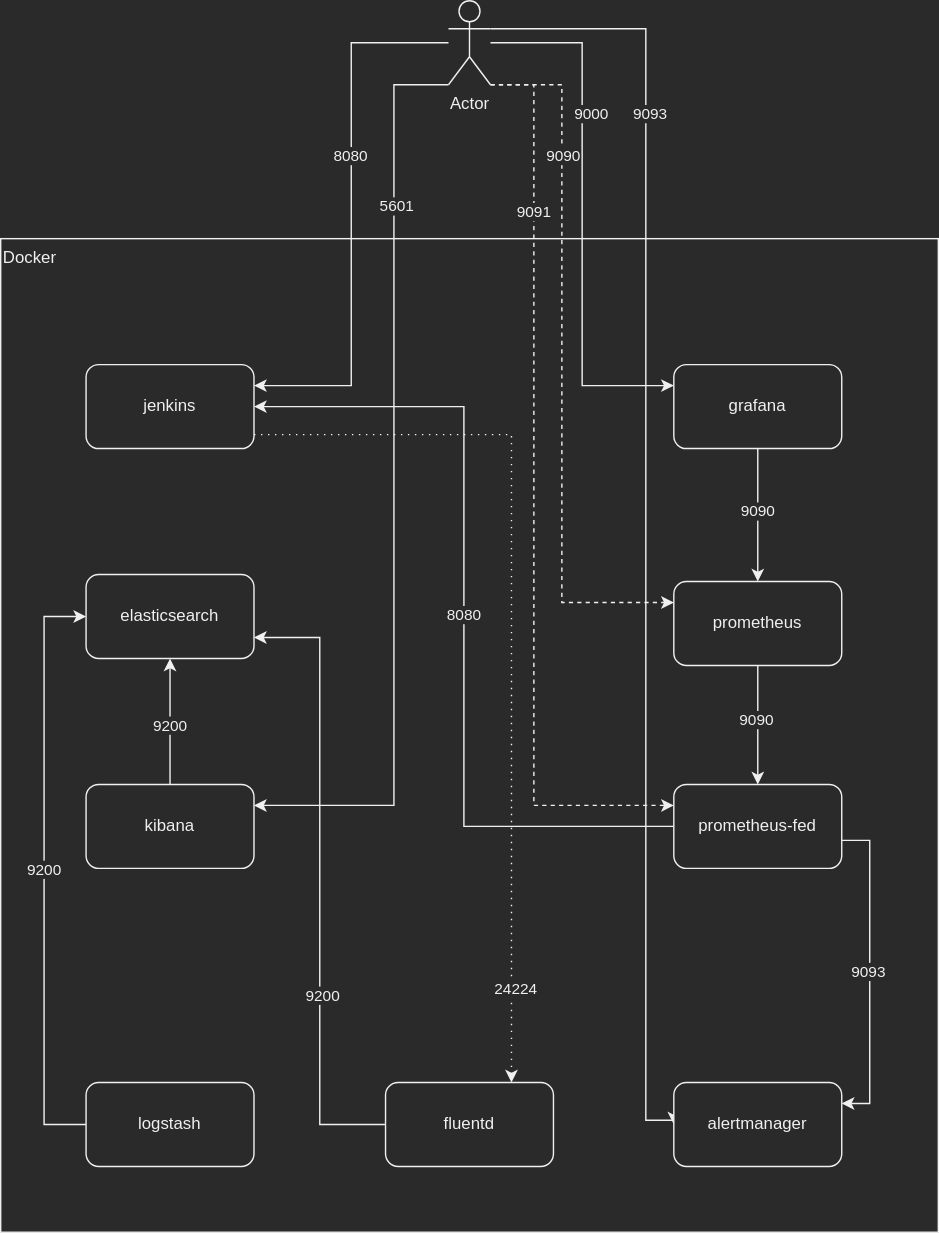
This is docs/images/diagram.drawio.svg from migueldiaznunez/grauss-docker-compose-bak, a draw.io export, as it was before one commit. Source tidied: cells renumbered, new cells last; positions are measured from the earlier drawing's top-left corner, leaving out a move shared by most shapes.
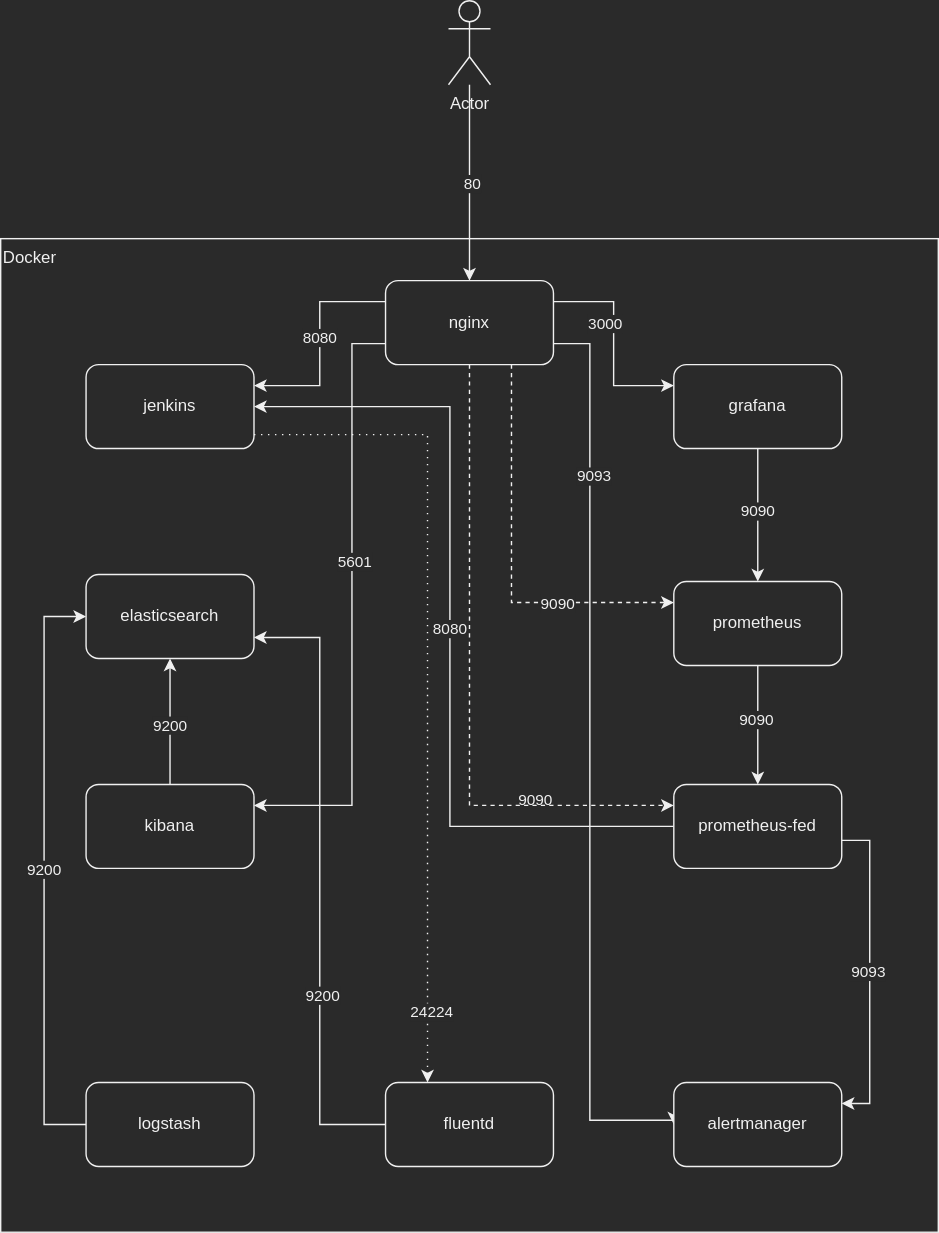
Above is the later version.

Change to the diagram source:
```diff
@@ -5,10 +5,10 @@
     <mxCell id="2" value="Docker" style="rounded=0;whiteSpace=wrap;html=1;verticalAlign=top;align=left;" parent="1" vertex="1">
       <mxGeometry y="170" width="670" height="710" as="geometry" />
     </mxCell>
-    <mxCell id="3" style="edgeStyle=orthogonalEdgeStyle;rounded=0;jettySize=auto;html=1;entryX=0.75;entryY=0;entryDx=0;entryDy=0;dashed=1;dashPattern=1 4;" parent="1" edge="1" source="5" target="38">
+    <mxCell id="3" style="edgeStyle=orthogonalEdgeStyle;rounded=0;jettySize=auto;html=1;entryX=0.25;entryY=0;entryDx=0;entryDy=0;dashed=1;dashPattern=1 4;" parent="1" edge="1" source="5" target="38">
       <mxGeometry relative="1" as="geometry">
         <Array as="points">
-          <mxPoint x="365" y="310" />
+          <mxPoint x="305" y="310" />
         </Array>
       </mxGeometry>
     </mxCell>
@@ -20,51 +20,54 @@
     <mxCell id="5" value="jenkins" style="rounded=1;whiteSpace=wrap;html=1;" parent="1" vertex="1">
       <mxGeometry x="61" y="260" width="120" height="60" as="geometry" />
     </mxCell>
-    <mxCell id="6" style="edgeStyle=orthogonalEdgeStyle;rounded=0;jettySize=auto;html=1;entryX=1;entryY=0.25;entryDx=0;entryDy=0;" parent="1" edge="1" source="18" target="5">
+    <mxCell id="6" style="edgeStyle=orthogonalEdgeStyle;rounded=0;jettySize=auto;html=1;entryX=1;entryY=0.25;entryDx=0;entryDy=0;exitX=0;exitY=0.25;exitDx=0;exitDy=0;" parent="1" edge="1" source="43" target="5">
       <mxGeometry relative="1" as="geometry" />
     </mxCell>
     <mxCell id="7" value="8080" style="edgeLabel;html=1;align=center;verticalAlign=middle;" parent="6" vertex="1">
       <mxGeometry x="0.32" y="-1" relative="1" as="geometry">
-        <mxPoint y="-103" as="offset" />
+        <mxPoint y="-30" as="offset" />
       </mxGeometry>
     </mxCell>
-    <mxCell id="8" style="edgeStyle=orthogonalEdgeStyle;rounded=0;jettySize=auto;html=1;entryX=0;entryY=0.25;entryDx=0;entryDy=0;" parent="1" edge="1" source="18" target="25">
+    <mxCell id="8" style="edgeStyle=orthogonalEdgeStyle;rounded=0;jettySize=auto;html=1;entryX=0;entryY=0.25;entryDx=0;entryDy=0;exitX=1;exitY=0.25;exitDx=0;exitDy=0;" parent="1" edge="1" source="43" target="25">
       <mxGeometry relative="1" as="geometry" />
     </mxCell>
-    <mxCell id="9" value="9000" style="edgeLabel;html=1;align=center;verticalAlign=middle;" parent="8" vertex="1">
+    <mxCell id="9" value="3000" style="edgeLabel;html=1;align=center;verticalAlign=middle;" parent="8" vertex="1">
       <mxGeometry x="-0.1" y="2" relative="1" as="geometry">
-        <mxPoint x="4" y="-53" as="offset" />
+        <mxPoint x="-9" y="-7" as="offset" />
       </mxGeometry>
     </mxCell>
-    <mxCell id="10" style="edgeStyle=orthogonalEdgeStyle;rounded=0;jettySize=auto;html=1;entryX=1;entryY=0.25;entryDx=0;entryDy=0;exitX=0;exitY=1;exitDx=0;exitDy=0;exitPerimeter=0;" parent="1" edge="1" source="18" target="22">
+    <mxCell id="10" style="edgeStyle=orthogonalEdgeStyle;rounded=0;jettySize=auto;html=1;entryX=1;entryY=0.25;entryDx=0;entryDy=0;exitX=0;exitY=0.75;exitDx=0;exitDy=0;" parent="1" edge="1" source="43" target="22">
       <mxGeometry relative="1" as="geometry">
         <Array as="points">
-          <mxPoint x="281" y="60" />
-          <mxPoint x="281" y="575" />
+          <mxPoint x="251" y="245" />
+          <mxPoint x="251" y="575" />
         </Array>
       </mxGeometry>
     </mxCell>
     <mxCell id="11" value="5601" style="edgeLabel;html=1;align=center;verticalAlign=middle;" parent="10" vertex="1">
-      <mxGeometry x="-0.62" y="1" relative="1" as="geometry" />
+      <mxGeometry x="-0.62" y="1" relative="1" as="geometry">
+        <mxPoint y="98" as="offset" />
+      </mxGeometry>
     </mxCell>
-    <mxCell id="12" style="edgeStyle=orthogonalEdgeStyle;rounded=0;jettySize=auto;html=1;entryX=0;entryY=0.25;entryDx=0;entryDy=0;dashed=1;" parent="1" edge="1" source="18" target="28">
+    <mxCell id="12" style="edgeStyle=orthogonalEdgeStyle;rounded=0;jettySize=auto;html=1;entryX=0;entryY=0.25;entryDx=0;entryDy=0;dashed=1;exitX=0.75;exitY=1;exitDx=0;exitDy=0;" parent="1" edge="1" source="43" target="28">
       <mxGeometry relative="1" as="geometry">
         <Array as="points">
-          <mxPoint x="401" y="60" />
-          <mxPoint x="401" y="430" />
+          <mxPoint x="365" y="430" />
         </Array>
       </mxGeometry>
     </mxCell>
     <mxCell id="13" value="9090" style="edgeLabel;html=1;align=center;verticalAlign=middle;" parent="12" vertex="1">
       <mxGeometry x="0.38" y="3" relative="1" as="geometry">
-        <mxPoint x="-3" y="-245" as="offset" />
+        <mxPoint x="-12" y="143" as="offset" />
       </mxGeometry>
     </mxCell>
+    <mxCell id="40" value="9090" style="edgeLabel;html=1;align=center;verticalAlign=middle;" parent="12" vertex="1">
+      <mxGeometry x="0.41" relative="1" as="geometry" />
+    </mxCell>
-    <mxCell id="14" style="edgeStyle=orthogonalEdgeStyle;rounded=0;jettySize=auto;html=1;entryX=0;entryY=0.25;entryDx=0;entryDy=0;dashed=1;exitX=1;exitY=1;exitDx=0;exitDy=0;exitPerimeter=0;" parent="1" edge="1" source="18" target="33">
+    <mxCell id="14" style="edgeStyle=orthogonalEdgeStyle;rounded=0;jettySize=auto;html=1;entryX=0;entryY=0.25;entryDx=0;entryDy=0;dashed=1;exitX=0.5;exitY=1;exitDx=0;exitDy=0;" parent="1" edge="1" source="43" target="33">
       <mxGeometry relative="1" as="geometry">
         <Array as="points">
-          <mxPoint x="381" y="60" />
-          <mxPoint x="381" y="575" />
+          <mxPoint x="335" y="575" />
         </Array>
       </mxGeometry>
     </mxCell>
@@ -73,11 +76,11 @@
         <mxPoint y="-366" as="offset" />
       </mxGeometry>
     </mxCell>
-    <mxCell id="16" style="edgeStyle=orthogonalEdgeStyle;rounded=0;jettySize=auto;html=1;entryX=0;entryY=0.5;entryDx=0;entryDy=0;" parent="1" edge="1" source="18" target="39">
+    <mxCell id="16" style="edgeStyle=orthogonalEdgeStyle;rounded=0;jettySize=auto;html=1;entryX=0;entryY=0.5;entryDx=0;entryDy=0;exitX=1;exitY=0.75;exitDx=0;exitDy=0;" parent="1" edge="1" source="43" target="39">
       <mxGeometry relative="1" as="geometry">
         <Array as="points">
-          <mxPoint x="461" y="20" />
-          <mxPoint x="461" y="800" />
+          <mxPoint x="421" y="245" />
+          <mxPoint x="421" y="800" />
           <mxPoint x="481" y="800" />
         </Array>
       </mxGeometry>
@@ -85,6 +88,12 @@
     <mxCell id="17" value="9093" style="edgeLabel;html=1;align=center;verticalAlign=middle;" parent="16" vertex="1">
       <mxGeometry x="-0.63" y="2" relative="1" as="geometry" />
     </mxCell>
+    <mxCell id="41" style="edgeStyle=orthogonalEdgeStyle;rounded=0;jettySize=auto;html=1;" parent="1" edge="1" source="18" target="43">
+      <mxGeometry relative="1" as="geometry" />
+    </mxCell>
+    <mxCell id="42" value="80" style="edgeLabel;html=1;align=center;verticalAlign=middle;" parent="41" vertex="1">
+      <mxGeometry y="1" relative="1" as="geometry" />
+    </mxCell>
     <mxCell id="18" value="Actor" style="shape=umlActor;verticalLabelPosition=bottom;verticalAlign=top;html=1;outlineConnect=0;" parent="1" vertex="1">
       <mxGeometry x="320" width="30" height="60" as="geometry" />
     </mxCell>
@@ -119,7 +128,12 @@
       <mxGeometry x="481" y="415" width="120" height="60" as="geometry" />
     </mxCell>
     <mxCell id="29" style="edgeStyle=orthogonalEdgeStyle;rounded=0;jettySize=auto;html=1;entryX=1;entryY=0.5;entryDx=0;entryDy=0;" parent="1" edge="1" source="33" target="5">
-      <mxGeometry relative="1" as="geometry" />
+      <mxGeometry relative="1" as="geometry">
+        <Array as="points">
+          <mxPoint x="321" y="590" />
+          <mxPoint x="321" y="290" />
+        </Array>
+      </mxGeometry>
     </mxCell>
     <mxCell id="30" value="8080" style="edgeLabel;html=1;align=center;verticalAlign=middle;" parent="29" vertex="1">
       <mxGeometry x="0.01" y="1" relative="1" as="geometry" />
@@ -161,5 +175,8 @@
     <mxCell id="39" value="alertmanager" style="rounded=1;whiteSpace=wrap;html=1;" parent="1" vertex="1">
       <mxGeometry x="481" y="773" width="120" height="60" as="geometry" />
     </mxCell>
+    <mxCell id="43" value="nginx" style="rounded=1;whiteSpace=wrap;html=1;" parent="1" vertex="1">
+      <mxGeometry x="275" y="200" width="120" height="60" as="geometry" />
+    </mxCell>
   </root>
 </mxGraphModel>
```
